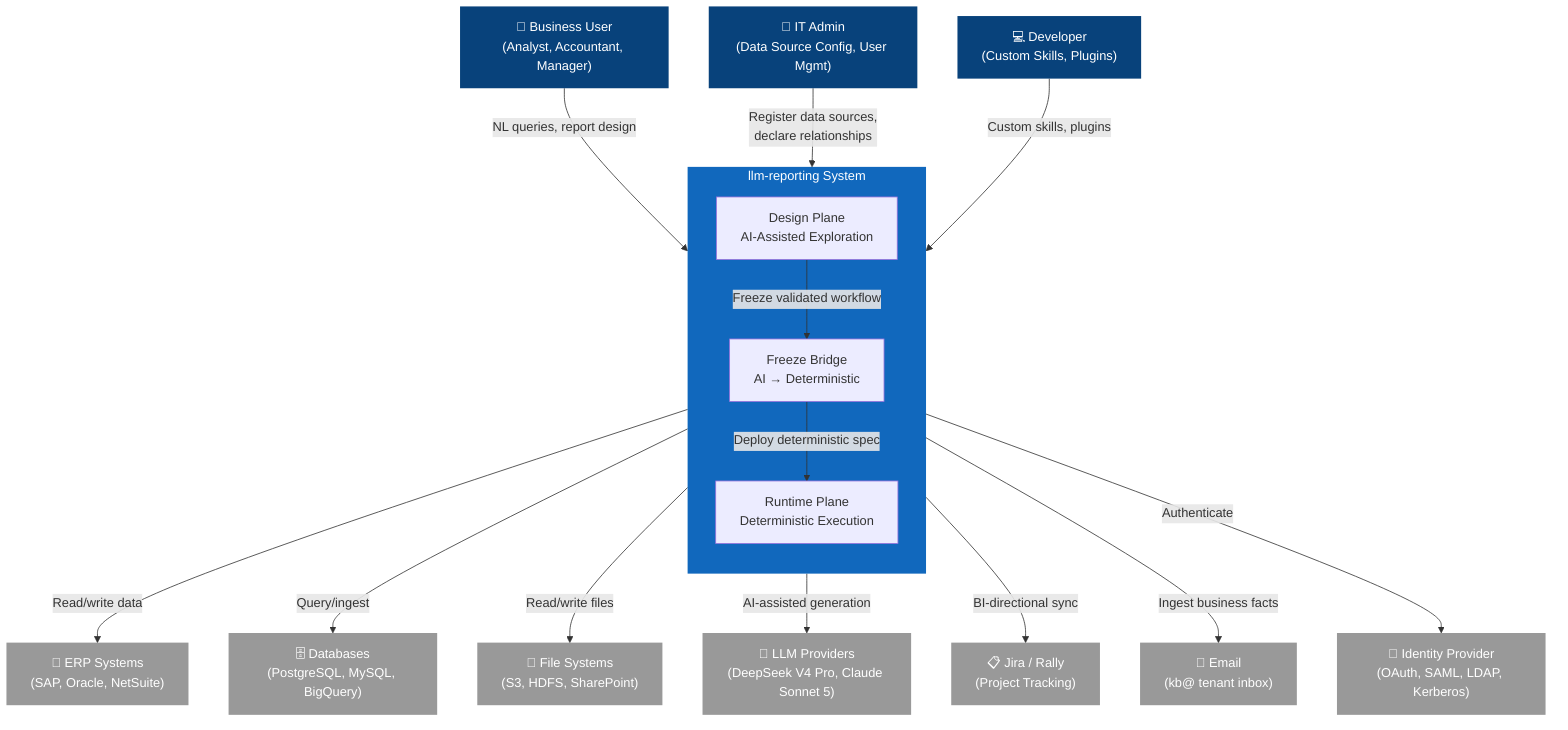
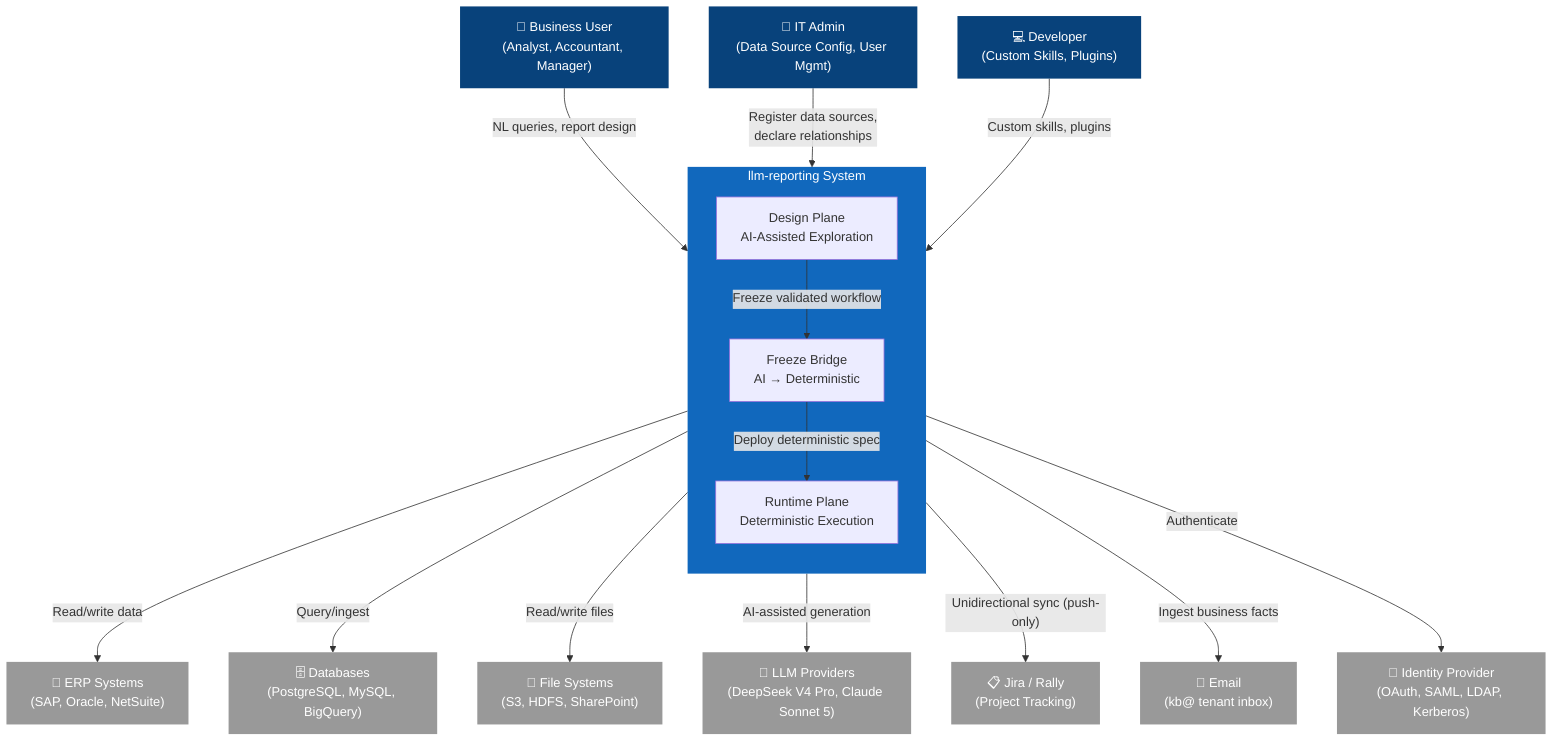
graph TB
%% C4 System Context Diagram — llm-reporting
%% See docs/architecture/c4-model.md (§15) for full textual description
    User["👤 Business User<br/>(Analyst, Accountant, Manager)"]
    Admin["🔧 IT Admin<br/>(Data Source Config, User Mgmt)"]
    Developer["💻 Developer<br/>(Custom Skills, Plugins)"]

    subgraph System["llm-reporting System"]
        direction TB
        DP["Design Plane<br/>AI-Assisted Exploration"]
        FB["Freeze Bridge<br/>AI → Deterministic"]
        RP["Runtime Plane<br/>Deterministic Execution"]
    end

    ERP["🏢 ERP Systems<br/>(SAP, Oracle, NetSuite)"]
    DB["🗄️ Databases<br/>(PostgreSQL, MySQL, BigQuery)"]
    FS["📁 File Systems<br/>(S3, HDFS, SharePoint)"]
    LLM["🤖 LLM Providers<br/>(DeepSeek V4 Pro, Claude Sonnet 5)"]
    Jira["📋 Jira / Rally<br/>(Project Tracking)"]
    Email["📧 Email<br/>(kb@ tenant inbox)"]
    Auth["🔐 Identity Provider<br/>(OAuth, SAML, LDAP, Kerberos)"]

    User -->|"NL queries, report design"| DP
    Admin -->|"Register data sources,<br/>declare relationships"| DP
    Developer -->|"Custom skills, plugins"| DP

    DP -->|"Freeze validated workflow"| FB
    FB -->|"Deploy deterministic spec"| RP

    RP -->|"Read/write data"| ERP
    RP -->|"Query/ingest"| DB
    RP -->|"Read/write files"| FS

    DP -->|"AI-assisted generation"| LLM
-     FB -->|"BI-directional sync"| Jira
+     FB -->|"Unidirectional sync (push-only)"| Jira
    FB -->|"Ingest business facts"| Email

    System -->|"Authenticate"| Auth

    classDef person fill:#08427b,color:#fff,stroke:none
    classDef system fill:#1168bd,color:#fff,stroke:none
    classDef external fill:#999,color:#fff,stroke:none

    class User,Admin,Developer person
    class System system
    class ERP,DB,FS,LLM,Jira,Email,Auth external
